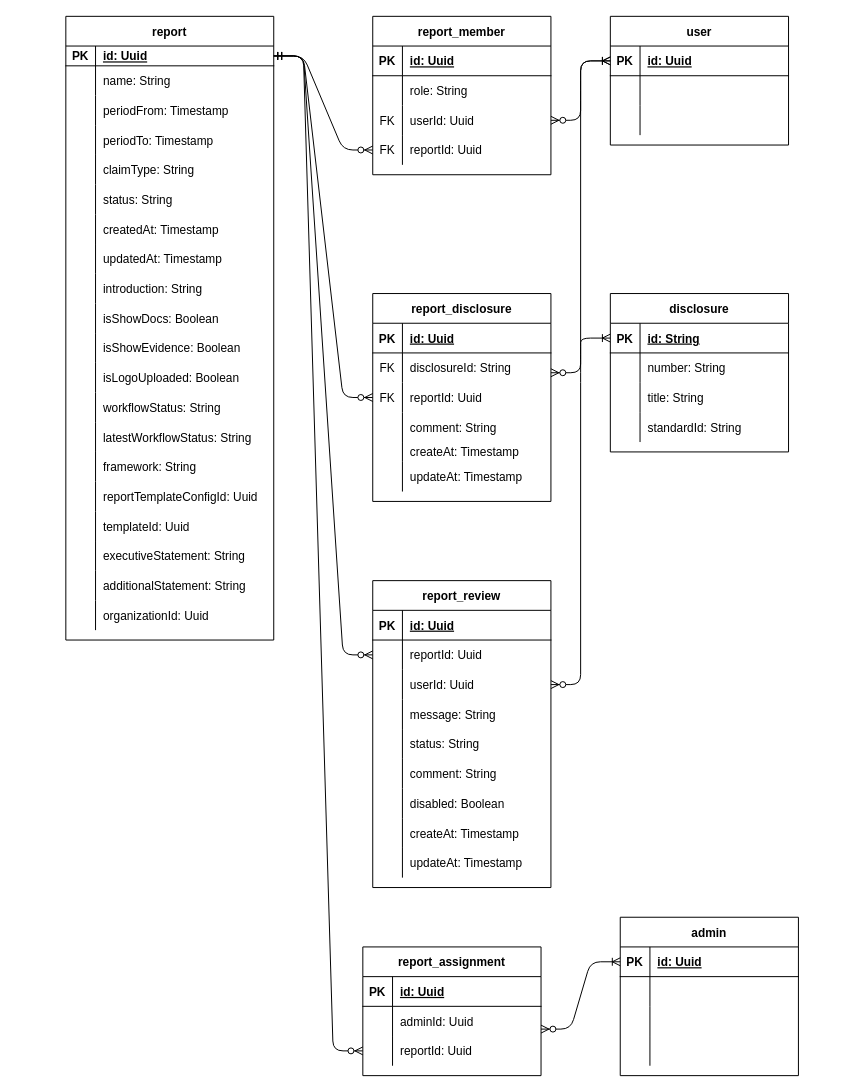
This is Untitled Diagram.drawio from tranquochuy93/Cakephp, a draw.io file, before an edit. Source tidied: cells renumbered, new cells numbered last; positions are measured from the earlier drawing's top-left corner, leaving out a move shared by most shapes. Both pictures are drawn from the tidied source at 99%, with x=0, y=0 at pixel (65, 16).
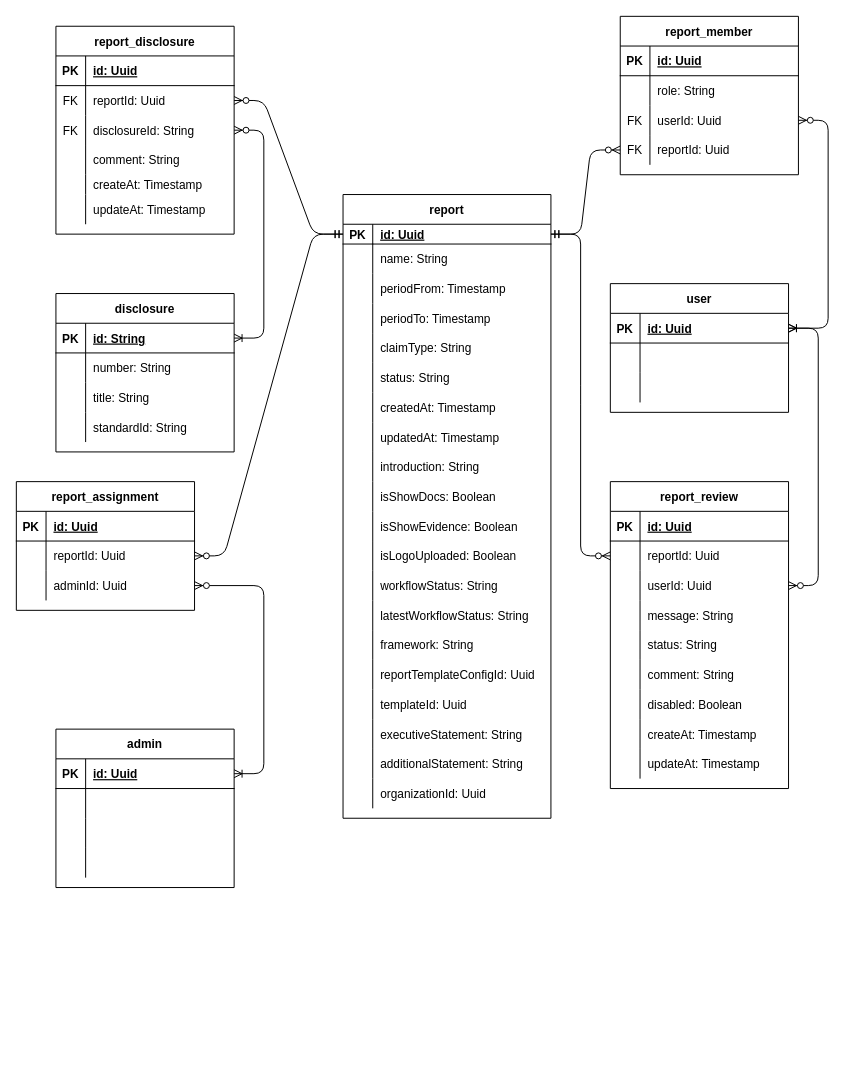
The same diagram, later.

Unchanged cells that the change refers to:
```xml
<mxCell id="3" style="shape=partialRectangle;fillColor=none;points=[[0,0.5],[1,0.5]];portConstraint=eastwest;top=0;left=0;right=0;bottom=0;" parent="2" vertex="1">
  <mxGeometry y="30" width="210" height="20" as="geometry" />
</mxCell>
<mxCell id="70" style="shape=partialRectangle;fillColor=none;top=0;left=0;bottom=0;right=0;points=[[0,0.5],[1,0.5]];portConstraint=eastwest;" parent="63" vertex="1">
  <mxGeometry y="90" width="180" height="30" as="geometry" />
</mxCell>
<mxCell id="77" style="shape=partialRectangle;fillColor=none;top=0;left=0;bottom=1;right=0;points=[[0,0.5],[1,0.5]];portConstraint=eastwest;" parent="76" vertex="1">
  <mxGeometry y="30" width="180" height="30" as="geometry" />
</mxCell>
<mxCell id="89" style="shape=partialRectangle;fillColor=none;top=0;left=0;bottom=1;right=0;points=[[0,0.5],[1,0.5]];portConstraint=eastwest;" parent="88" vertex="1">
  <mxGeometry y="30" width="180" height="30" as="geometry" />
</mxCell>
<mxCell id="105" style="shape=partialRectangle;fillColor=none;top=0;left=0;bottom=0;right=0;points=[[0,0.5],[1,0.5]];portConstraint=eastwest;" parent="101" vertex="1">
  <mxGeometry y="60" width="180" height="30" as="geometry" />
</mxCell>
<mxCell id="108" style="shape=partialRectangle;fillColor=none;top=0;left=0;bottom=0;right=0;points=[[0,0.5],[1,0.5]];portConstraint=eastwest;" parent="101" vertex="1">
  <mxGeometry y="90" width="180" height="30" as="geometry" />
</mxCell>
<mxCell id="125" style="shape=partialRectangle;fillColor=none;top=0;left=0;bottom=0;right=0;points=[[0,0.5],[1,0.5]];portConstraint=eastwest;" parent="121" vertex="1">
  <mxGeometry y="60" width="180" height="30" as="geometry" />
</mxCell>
<mxCell id="128" style="shape=partialRectangle;fillColor=none;top=0;left=0;bottom=0;right=0;points=[[0,0.5],[1,0.5]];portConstraint=eastwest;" parent="121" vertex="1">
  <mxGeometry y="90" width="180" height="30" as="geometry" />
</mxCell>
<mxCell id="156" style="shape=partialRectangle;fillColor=none;top=0;left=0;bottom=0;right=0;points=[[0,0.5],[1,0.5]];portConstraint=eastwest;" parent="152" vertex="1">
  <mxGeometry y="60" width="180" height="30" as="geometry" />
</mxCell>
<mxCell id="159" style="shape=partialRectangle;fillColor=none;top=0;left=0;bottom=0;right=0;points=[[0,0.5],[1,0.5]];portConstraint=eastwest;" parent="152" vertex="1">
  <mxGeometry y="90" width="180" height="30" as="geometry" />
</mxCell>
<mxCell id="163" style="shape=partialRectangle;fillColor=none;top=0;left=0;bottom=1;right=0;points=[[0,0.5],[1,0.5]];portConstraint=eastwest;" parent="162" vertex="1">
  <mxGeometry y="30" width="180" height="30" as="geometry" />
</mxCell>
```

Change to the diagram source:
```diff
@@
     <mxCell id="2" value="report" style="shape=table;startSize=30;childLayout=tableLayout;rowLines=0;fontStyle=1;align=center;" parent="1" vertex="1">
-      <mxGeometry width="210" height="630" as="geometry" />
+      <mxGeometry x="280" y="180" width="210" height="630" as="geometry" />
     </mxCell>
@@
     <mxCell id="63" value="report_member" style="shape=table;startSize=30;childLayout=tableLayout;rowLines=0;fontStyle=1;align=center;strokeColor=#000000;strokeWidth=1;fillColor=none;" parent="1" vertex="1">
-      <mxGeometry x="310" width="180" height="160" as="geometry" />
+      <mxGeometry x="560" width="180" height="160" as="geometry" />
     </mxCell>
@@
     <mxCell id="76" value="user" style="shape=table;startSize=30;childLayout=tableLayout;rowLines=0;fontStyle=1;align=center;strokeColor=#000000;strokeWidth=1;fillColor=none;" parent="1" vertex="1">
-      <mxGeometry x="550" width="180" height="130" as="geometry" />
+      <mxGeometry x="550" y="270" width="180" height="130" as="geometry" />
     </mxCell>
@@
-    <mxCell id="87" style="edgeStyle=entityRelationEdgeStyle;fontSize=12;html=1;endArrow=ERoneToMany;startArrow=ERzeroToMany;entryX=0;entryY=0.5;entryDx=0;entryDy=0;exitX=1;exitY=0.5;exitDx=0;exitDy=0;" parent="1" edge="1" source="70" target="77">
-      <mxGeometry relative="1" as="geometry" />
+    <mxCell id="87" style="edgeStyle=entityRelationEdgeStyle;fontSize=12;html=1;endArrow=ERoneToMany;startArrow=ERzeroToMany;entryX=1;entryY=0.5;entryDx=0;entryDy=0;" parent="1" edge="1" target="77">
+      <mxGeometry relative="1" as="geometry">
+        <mxPoint x="740" y="105" as="sourcePoint" />
+      </mxGeometry>
     </mxCell>
     <mxCell id="88" value="disclosure" style="shape=table;startSize=30;childLayout=tableLayout;rowLines=0;fontStyle=1;align=center;strokeColor=#000000;strokeWidth=1;fillColor=none;" parent="1" vertex="1">
-      <mxGeometry x="550" y="280" width="180" height="160" as="geometry" />
+      <mxGeometry x="-10" y="280" width="180" height="160" as="geometry" />
     </mxCell>
@@
     <mxCell id="101" value="report_disclosure" style="shape=table;startSize=30;childLayout=tableLayout;rowLines=0;fontStyle=1;align=center;strokeColor=#000000;strokeWidth=1;fillColor=none;" parent="1" vertex="1">
-      <mxGeometry x="310" y="280" width="180" height="210" as="geometry" />
+      <mxGeometry x="-10" y="10" width="180" height="210" as="geometry" />
     </mxCell>
@@
-    <mxCell id="107" value="disclosureId: String" style="shape=partialRectangle;fillColor=none;top=0;left=0;bottom=0;right=0;align=left;spacingLeft=6;overflow=hidden;" parent="105" vertex="1">
+    <mxCell id="107" value="reportId: Uuid" style="shape=partialRectangle;fillColor=none;top=0;left=0;bottom=0;right=0;align=left;spacingLeft=6;overflow=hidden;" parent="105" vertex="1">
       <mxGeometry x="30" width="150" height="30" as="geometry" />
     </mxCell>
@@
-    <mxCell id="110" value="reportId: Uuid" style="shape=partialRectangle;fillColor=none;top=0;left=0;bottom=0;right=0;align=left;spacingLeft=6;overflow=hidden;" parent="108" vertex="1">
+    <mxCell id="110" value="disclosureId: String" style="shape=partialRectangle;fillColor=none;top=0;left=0;bottom=0;right=0;align=left;spacingLeft=6;overflow=hidden;" parent="108" vertex="1">
       <mxGeometry x="30" width="150" height="30" as="geometry" />
     </mxCell>
@@
-    <mxCell id="120" style="edgeStyle=entityRelationEdgeStyle;fontSize=12;html=1;endArrow=ERzeroToMany;startArrow=ERmandOne;entryX=0;entryY=0.5;entryDx=0;entryDy=0;exitX=1;exitY=0.5;exitDx=0;exitDy=0;" parent="1" edge="1" source="3" target="108">
+    <mxCell id="120" style="edgeStyle=entityRelationEdgeStyle;fontSize=12;html=1;endArrow=ERzeroToMany;startArrow=ERmandOne;entryX=1;entryY=0.5;entryDx=0;entryDy=0;exitX=0;exitY=0.5;exitDx=0;exitDy=0;" parent="1" edge="1" source="3" target="105">
       <mxGeometry relative="1" as="geometry" />
     </mxCell>
     <mxCell id="121" value="report_review" style="shape=table;startSize=30;childLayout=tableLayout;rowLines=0;fontStyle=1;align=center;strokeColor=#000000;strokeWidth=1;fillColor=none;" parent="1" vertex="1">
-      <mxGeometry x="310" y="570" width="180" height="310" as="geometry" />
+      <mxGeometry x="550" y="470" width="180" height="310" as="geometry" />
     </mxCell>
@@
     <mxCell id="149" style="edgeStyle=entityRelationEdgeStyle;fontSize=12;html=1;endArrow=ERzeroToMany;startArrow=ERmandOne;entryX=0;entryY=0.5;entryDx=0;entryDy=0;" parent="1" edge="1" target="125">
       <mxGeometry relative="1" as="geometry">
-        <mxPoint x="210" y="40" as="sourcePoint" />
+        <mxPoint x="490" y="220" as="sourcePoint" />
       </mxGeometry>
     </mxCell>
-    <mxCell id="150" style="edgeStyle=entityRelationEdgeStyle;fontSize=12;html=1;endArrow=ERoneToMany;startArrow=ERzeroToMany;entryX=0;entryY=0.5;entryDx=0;entryDy=0;exitX=1;exitY=0.5;exitDx=0;exitDy=0;" parent="1" edge="1" target="89">
-      <mxGeometry relative="1" as="geometry">
-        <mxPoint x="490" y="360" as="sourcePoint" />
-      </mxGeometry>
+    <mxCell id="150" style="edgeStyle=entityRelationEdgeStyle;fontSize=12;html=1;endArrow=ERoneToMany;startArrow=ERzeroToMany;exitX=1;exitY=0.5;exitDx=0;exitDy=0;entryX=1;entryY=0.5;entryDx=0;entryDy=0;" parent="1" edge="1" source="108" target="89">
+      <mxGeometry relative="1" as="geometry" />
     </mxCell>
-    <mxCell id="151" style="edgeStyle=entityRelationEdgeStyle;fontSize=12;html=1;endArrow=ERoneToMany;startArrow=ERzeroToMany;entryX=0;entryY=0.5;entryDx=0;entryDy=0;" parent="1" edge="1" source="128" target="77">
+    <mxCell id="151" style="edgeStyle=entityRelationEdgeStyle;fontSize=12;html=1;endArrow=ERoneToMany;startArrow=ERzeroToMany;entryX=1;entryY=0.5;entryDx=0;entryDy=0;" parent="1" edge="1" source="128" target="77">
       <mxGeometry relative="1" as="geometry" />
     </mxCell>
     <mxCell id="152" value="report_assignment" style="shape=table;startSize=30;childLayout=tableLayout;rowLines=0;fontStyle=1;align=center;strokeColor=#000000;strokeWidth=1;fillColor=none;" parent="1" vertex="1">
-      <mxGeometry x="300" y="940" width="180" height="130" as="geometry" />
+      <mxGeometry x="-50" y="470" width="180" height="130" as="geometry" />
     </mxCell>
@@
-    <mxCell id="158" value="adminId: Uuid" style="shape=partialRectangle;fillColor=none;top=0;left=0;bottom=0;right=0;align=left;spacingLeft=6;overflow=hidden;" parent="156" vertex="1">
+    <mxCell id="158" value="reportId: Uuid " style="shape=partialRectangle;fillColor=none;top=0;left=0;bottom=0;right=0;align=left;spacingLeft=6;overflow=hidden;" parent="156" vertex="1">
       <mxGeometry x="30" width="150" height="30" as="geometry" />
     </mxCell>
@@
-    <mxCell id="161" value="reportId: Uuid" style="shape=partialRectangle;fillColor=none;top=0;left=0;bottom=0;right=0;align=left;spacingLeft=6;overflow=hidden;" parent="159" vertex="1">
+    <mxCell id="161" value="adminId: Uuid" style="shape=partialRectangle;fillColor=none;top=0;left=0;bottom=0;right=0;align=left;spacingLeft=6;overflow=hidden;" parent="159" vertex="1">
       <mxGeometry x="30" width="150" height="30" as="geometry" />
     </mxCell>
     <mxCell id="162" value="admin" style="shape=table;startSize=30;childLayout=tableLayout;rowLines=0;fontStyle=1;align=center;strokeColor=#000000;strokeWidth=1;fillColor=none;" parent="1" vertex="1">
-      <mxGeometry x="560" y="910" width="180" height="160" as="geometry" />
+      <mxGeometry x="-10" y="720" width="180" height="160" as="geometry" />
     </mxCell>
@@
-    <mxCell id="175" style="edgeStyle=entityRelationEdgeStyle;fontSize=12;html=1;endArrow=ERzeroToMany;startArrow=ERmandOne;entryX=0;entryY=0.5;entryDx=0;entryDy=0;" parent="1" edge="1" target="159">
-      <mxGeometry relative="1" as="geometry">
-        <mxPoint x="210" y="40" as="sourcePoint" />
-      </mxGeometry>
-    </mxCell>
-    <mxCell id="176" style="edgeStyle=entityRelationEdgeStyle;fontSize=12;html=1;endArrow=ERoneToMany;startArrow=ERzeroToMany;entryX=0;entryY=0.5;entryDx=0;entryDy=0;" parent="1" edge="1" target="163">
-      <mxGeometry relative="1" as="geometry">
-        <mxPoint x="480" y="1023" as="sourcePoint" />
-      </mxGeometry>
+    <mxCell id="176" style="edgeStyle=entityRelationEdgeStyle;fontSize=12;html=1;endArrow=ERoneToMany;startArrow=ERzeroToMany;exitX=1;exitY=0.5;exitDx=0;exitDy=0;" parent="1" edge="1" source="159" target="163">
+      <mxGeometry relative="1" as="geometry" />
     </mxCell>
+    <mxCell id="177" style="edgeStyle=entityRelationEdgeStyle;fontSize=12;html=1;endArrow=ERzeroToMany;startArrow=ERmandOne;exitX=0;exitY=0.5;exitDx=0;exitDy=0;entryX=1;entryY=0.5;entryDx=0;entryDy=0;" parent="1" edge="1" source="3" target="156">
+      <mxGeometry relative="1" as="geometry" />
+    </mxCell>
```
